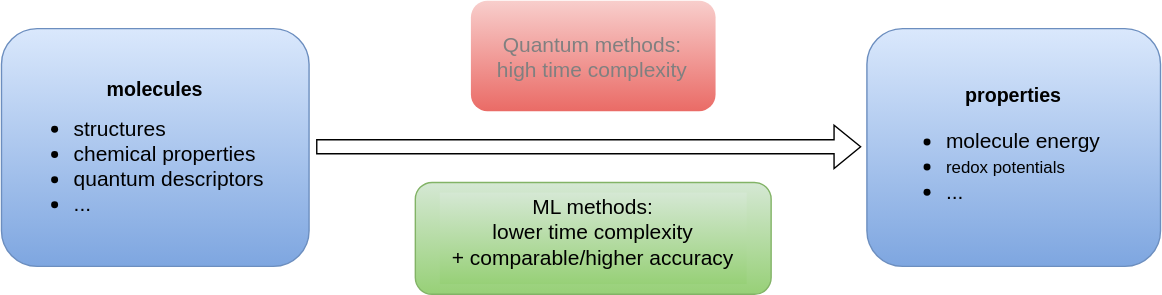
jajupmochi/figures-collection keeps this draw.io diagram as ml-in-chem-goal.svg. Above is the earlier version. Source tidied: cells renumbered, new cells last; positions are measured from the earlier drawing's top-left corner, leaving out a move shared by most shapes.
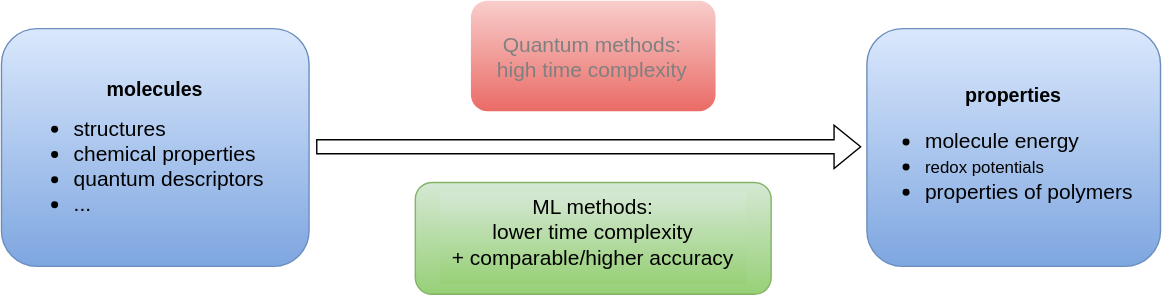
After the change.

Diff of the diagram source:
```diff
@@ -17,8 +17,8 @@
     <mxCell id="6" value="&lt;h3&gt;&lt;b&gt;properties&lt;/b&gt;&lt;/h3&gt;" style="text;html=1;strokeColor=none;fillColor=none;align=center;verticalAlign=middle;whiteSpace=wrap;rounded=0;" parent="1" vertex="1">
       <mxGeometry x="644" y="53" width="160" height="30" as="geometry" />
     </mxCell>
-    <mxCell id="7" value="&lt;div style=&quot;font-size: 15px&quot; align=&quot;left&quot;&gt;&lt;font style=&quot;font-size: 15px&quot;&gt;&lt;br&gt;&lt;/font&gt;&lt;/div&gt;&lt;div align=&quot;left&quot;&gt;&lt;ul style=&quot;font-size: 15px&quot;&gt;&lt;li&gt;&lt;div&gt;molecule energy&lt;br&gt;&lt;/div&gt;&lt;/li&gt;&lt;li&gt;&lt;div&gt;&lt;span style=&quot;left: 116.94px ; top: 201.398px ; font-size: 12.0597px ; font-family: sans-serif ; transform: scalex(0.844858)&quot;&gt;redox potentials&lt;/span&gt;&lt;/div&gt;&lt;/li&gt;&lt;li&gt;&lt;font style=&quot;font-size: 15px&quot;&gt;...&lt;/font&gt;&lt;/li&gt;&lt;/ul&gt;&lt;/div&gt;" style="text;html=1;strokeColor=none;fillColor=none;align=left;verticalAlign=middle;whiteSpace=wrap;rounded=0;" parent="1" vertex="1">
-      <mxGeometry x="634" y="94" width="180" height="30" as="geometry" />
+    <mxCell id="7" value="&lt;div style=&quot;font-size: 15px&quot; align=&quot;left&quot;&gt;&lt;font style=&quot;font-size: 15px&quot;&gt;&lt;br&gt;&lt;/font&gt;&lt;/div&gt;&lt;div align=&quot;left&quot;&gt;&lt;ul style=&quot;font-size: 15px&quot;&gt;&lt;li&gt;&lt;div&gt;molecule energy&lt;br&gt;&lt;/div&gt;&lt;/li&gt;&lt;li&gt;&lt;div&gt;&lt;span style=&quot;left: 116.94px ; top: 201.398px ; font-size: 12.0597px ; font-family: sans-serif ; transform: scalex(0.844858)&quot;&gt;redox potentials&lt;/span&gt;&lt;/div&gt;&lt;/li&gt;&lt;li&gt;&lt;font style=&quot;font-size: 15px&quot;&gt;properties of polymers&lt;br&gt;&lt;/font&gt;&lt;/li&gt;&lt;/ul&gt;&lt;/div&gt;" style="text;html=1;strokeColor=none;fillColor=none;align=left;verticalAlign=middle;whiteSpace=wrap;rounded=0;" parent="1" vertex="1">
+      <mxGeometry x="619" y="94" width="192" height="30" as="geometry" />
     </mxCell>
     <mxCell id="8" style="shape=flexArrow;endArrow=classic;html=1;rounded=0;fontSize=15;" parent="1" edge="1">
       <mxGeometry relative="1" as="geometry">
```
